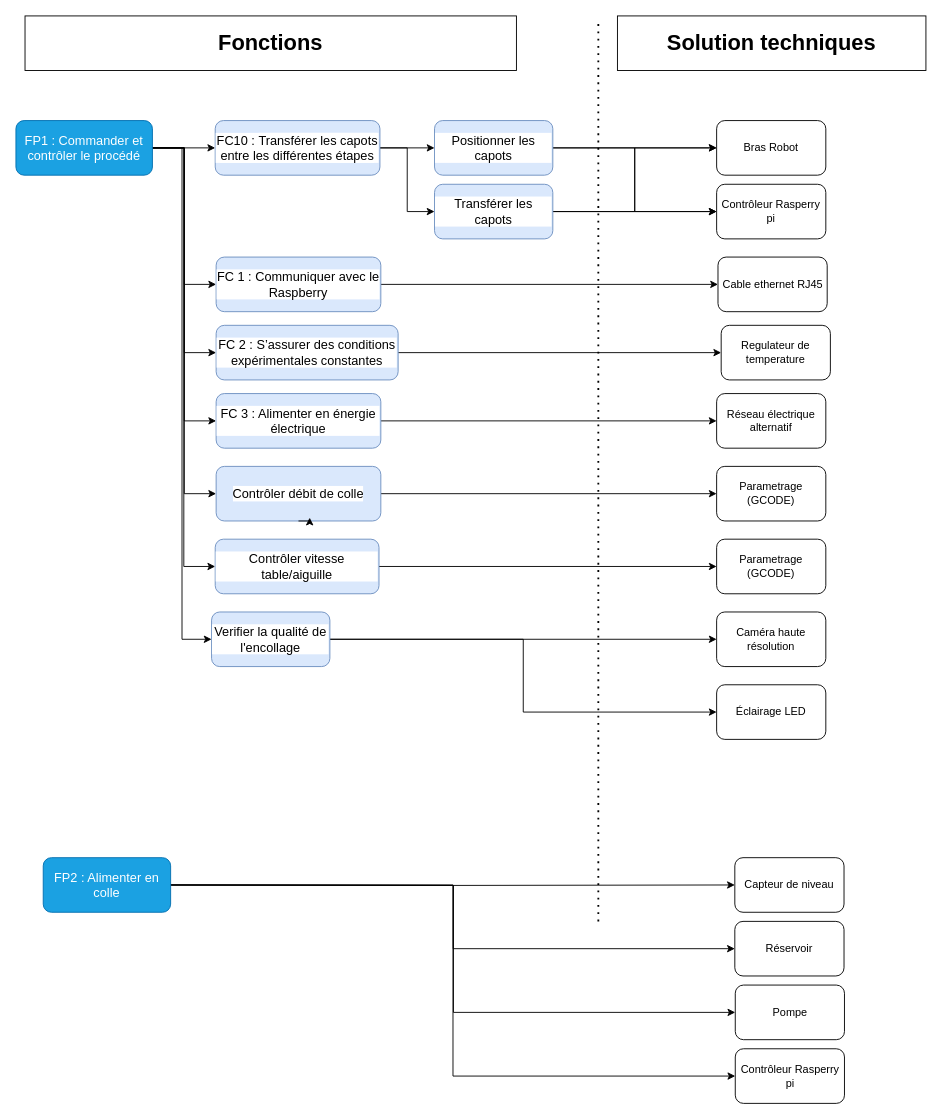
This is PDCA4 (Analyse fonctionnelle)/FAST DIAGRAM/Diagramme_FAST.drawio from CharifMah/Systemes_automatises, a draw.io file, before an edit. Source tidied: cells renumbered, new cells numbered last; positions are measured from the earlier drawing's top-left corner, leaving out a move shared by most shapes. Both pictures are drawn from the tidied source at 91%, with x=0, y=0 at pixel (15, 15).
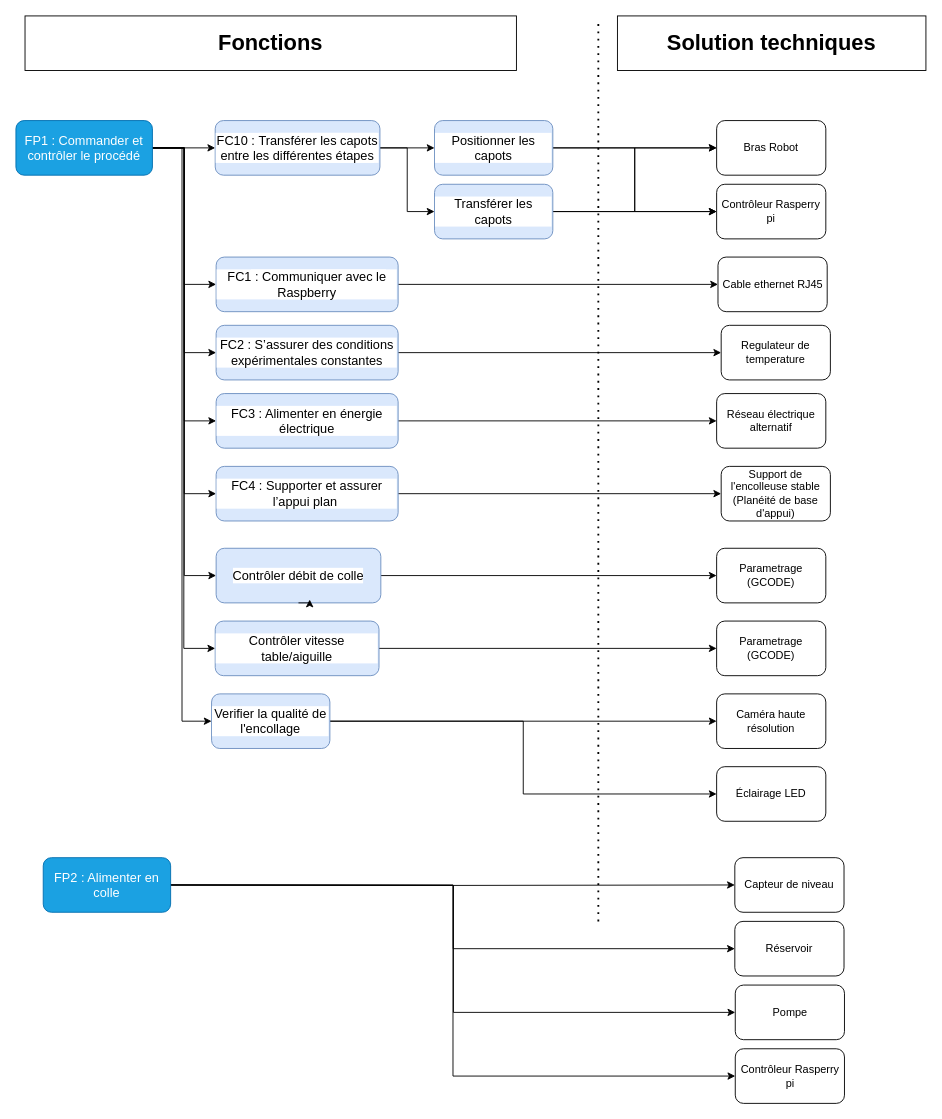
The same diagram, later.

The change refers to these unchanged cells:
```xml
<mxCell id="22" value="&lt;span&gt;&lt;font style=&quot;font-size: 14px; color: light-dark(rgb(255, 255, 255), rgb(0, 0, 0));&quot;&gt;FP1 : Commander et contrôler le procédé&lt;/font&gt;&lt;/span&gt;" style="rounded=1;whiteSpace=wrap;html=1;fillColor=#1ba1e2;fontColor=#ffffff;strokeColor=#006EAF;fontFamily=Helvetica;" parent="1" vertex="1">
  <mxGeometry y="115" width="150" height="60" as="geometry" />
</mxCell>
```

What changed in the source:
```diff
@@
     <mxCell id="10" value="&lt;span style=&quot;font-size: 14px;&quot;&gt;Contrôler débit de colle&lt;/span&gt;" style="rounded=1;whiteSpace=wrap;html=1;labelBackgroundColor=default;labelBorderColor=none;textShadow=0;fillColor=#dae8fc;strokeColor=#6c8ebf;fontFamily=Helvetica;" parent="1" vertex="1">
-      <mxGeometry x="220" y="495" width="181" height="60" as="geometry" />
+      <mxGeometry x="220" y="585" width="181" height="60" as="geometry" />
     </mxCell>
@@
     <mxCell id="12" value="&lt;span style=&quot;font-size: 14px;&quot;&gt;Contrôler vitesse table/aiguille&lt;/span&gt;" style="rounded=1;whiteSpace=wrap;html=1;labelBackgroundColor=default;labelBorderColor=none;textShadow=0;fillColor=#dae8fc;strokeColor=#6c8ebf;fontFamily=Helvetica;" parent="1" vertex="1">
-      <mxGeometry x="219" y="575" width="180" height="60" as="geometry" />
+      <mxGeometry x="219" y="665" width="180" height="60" as="geometry" />
     </mxCell>
@@
-    <mxCell id="14" value="&lt;font style=&quot;font-size: 14px;&quot;&gt;FC 2 :&amp;nbsp;S’assurer des conditions expérimentales constantes&lt;/font&gt;" style="rounded=1;whiteSpace=wrap;html=1;labelBackgroundColor=default;labelBorderColor=none;textShadow=0;fillColor=#dae8fc;strokeColor=#6c8ebf;fontFamily=Helvetica;" parent="1" vertex="1">
+    <mxCell id="14" value="&lt;font style=&quot;font-size: 14px;&quot;&gt;FC2 :&amp;nbsp;S’assurer des conditions expérimentales constantes&lt;/font&gt;" style="rounded=1;whiteSpace=wrap;html=1;labelBackgroundColor=default;labelBorderColor=none;textShadow=0;fillColor=#dae8fc;strokeColor=#6c8ebf;fontFamily=Helvetica;" parent="1" vertex="1">
       <mxGeometry x="220" y="340" width="200" height="60" as="geometry" />
     </mxCell>
@@
+    <mxCell id="56" style="edgeStyle=orthogonalEdgeStyle;rounded=0;jettySize=auto;html=1;entryX=0;entryY=0.5;entryDx=0;entryDy=0;" parent="1" edge="1" source="22" target="58">
+      <mxGeometry relative="1" as="geometry" />
+    </mxCell>
@@
     <mxCell id="27" value="Parametrage (GCODE)" style="rounded=1;whiteSpace=wrap;html=1;fontFamily=Helvetica;" parent="1" vertex="1">
-      <mxGeometry x="770" y="495" width="120" height="60" as="geometry" />
+      <mxGeometry x="770" y="585" width="120" height="60" as="geometry" />
     </mxCell>
     <mxCell id="28" value="Parametrage (GCODE)" style="rounded=1;whiteSpace=wrap;html=1;fontFamily=Helvetica;" parent="1" vertex="1">
-      <mxGeometry x="770" y="575" width="120" height="60" as="geometry" />
+      <mxGeometry x="770" y="665" width="120" height="60" as="geometry" />
     </mxCell>
@@
     <mxCell id="37" value="&lt;span style=&quot;font-size: 14px;&quot;&gt;Verifier la qualité de l'encollage&lt;/span&gt;" style="rounded=1;whiteSpace=wrap;html=1;labelBackgroundColor=default;labelBorderColor=none;textShadow=0;fillColor=#dae8fc;strokeColor=#6c8ebf;fontFamily=Helvetica;" parent="1" vertex="1">
-      <mxGeometry x="215" y="655" width="130" height="60" as="geometry" />
+      <mxGeometry x="215" y="745" width="130" height="60" as="geometry" />
     </mxCell>
     <mxCell id="38" value="Caméra haute résolution" style="rounded=1;whiteSpace=wrap;html=1;fontFamily=Helvetica;" parent="1" vertex="1">
-      <mxGeometry x="770" y="655" width="120" height="60" as="geometry" />
+      <mxGeometry x="770" y="745" width="120" height="60" as="geometry" />
     </mxCell>
     <mxCell id="39" value="Éclairage LED" style="rounded=1;whiteSpace=wrap;html=1;fontFamily=Helvetica;" parent="1" vertex="1">
-      <mxGeometry x="770" y="735" width="120" height="60" as="geometry" />
+      <mxGeometry x="770" y="825" width="120" height="60" as="geometry" />
     </mxCell>
@@
-    <mxCell id="43" value="&lt;div&gt;&lt;font style=&quot;font-size: 14px;&quot;&gt;FC 1 : Communiquer avec le Raspberry&lt;/font&gt;&lt;/div&gt;" style="rounded=1;whiteSpace=wrap;html=1;labelBackgroundColor=default;labelBorderColor=none;textShadow=0;fillColor=#dae8fc;strokeColor=#6c8ebf;fontFamily=Helvetica;" parent="1" vertex="1">
-      <mxGeometry x="220" y="265" width="181" height="60" as="geometry" />
+    <mxCell id="43" value="&lt;div&gt;&lt;font style=&quot;font-size: 14px;&quot;&gt;FC1&lt;/font&gt;&lt;span style=&quot;font-size: 14px; background-color: light-dark(#ffffff, var(--ge-dark-color, #121212)); color: light-dark(rgb(0, 0, 0), rgb(255, 255, 255));&quot;&gt;&amp;nbsp;: Communiquer avec le Raspberry&lt;/span&gt;&lt;/div&gt;" style="rounded=1;whiteSpace=wrap;html=1;labelBackgroundColor=default;labelBorderColor=none;textShadow=0;fillColor=#dae8fc;strokeColor=#6c8ebf;fontFamily=Helvetica;" parent="1" vertex="1">
+      <mxGeometry x="220" y="265" width="200" height="60" as="geometry" />
     </mxCell>
@@
-    <mxCell id="46" value="&lt;div&gt;&lt;font style=&quot;font-size: 14px;&quot;&gt;FC 3 : Alimenter en énergie électrique&lt;/font&gt;&lt;/div&gt;" style="rounded=1;whiteSpace=wrap;html=1;labelBackgroundColor=default;labelBorderColor=none;textShadow=0;fillColor=#dae8fc;strokeColor=#6c8ebf;fontFamily=Helvetica;" parent="1" vertex="1">
-      <mxGeometry x="220" y="415" width="181" height="60" as="geometry" />
+    <mxCell id="46" value="&lt;div&gt;&lt;font style=&quot;font-size: 14px;&quot;&gt;FC3 : Alimenter en énergie électrique&lt;/font&gt;&lt;/div&gt;" style="rounded=1;whiteSpace=wrap;html=1;labelBackgroundColor=default;labelBorderColor=none;textShadow=0;fillColor=#dae8fc;strokeColor=#6c8ebf;fontFamily=Helvetica;" parent="1" vertex="1">
+      <mxGeometry x="220" y="415" width="200" height="60" as="geometry" />
     </mxCell>
@@
+    <mxCell id="57" style="edgeStyle=orthogonalEdgeStyle;rounded=0;jettySize=auto;html=1;entryX=0;entryY=0.5;entryDx=0;entryDy=0;" parent="1" edge="1" source="58" target="59">
+      <mxGeometry relative="1" as="geometry" />
+    </mxCell>
+    <mxCell id="58" value="&lt;div&gt;&lt;font style=&quot;font-size: 14px;&quot;&gt;FC4 :&amp;nbsp;Supporter et assurer l’appui plan&amp;nbsp;&lt;/font&gt;&lt;/div&gt;" style="rounded=1;whiteSpace=wrap;html=1;labelBackgroundColor=default;labelBorderColor=none;textShadow=0;fillColor=#dae8fc;strokeColor=#6c8ebf;fontFamily=Helvetica;" parent="1" vertex="1">
+      <mxGeometry x="220" y="495" width="200" height="60" as="geometry" />
+    </mxCell>
+    <mxCell id="59" value="Support de l'encolleuse stable (Planéité de base d'appui)" style="rounded=1;whiteSpace=wrap;html=1;" parent="1" vertex="1">
+      <mxGeometry x="775" y="495" width="120" height="60" as="geometry" />
+    </mxCell>
```
